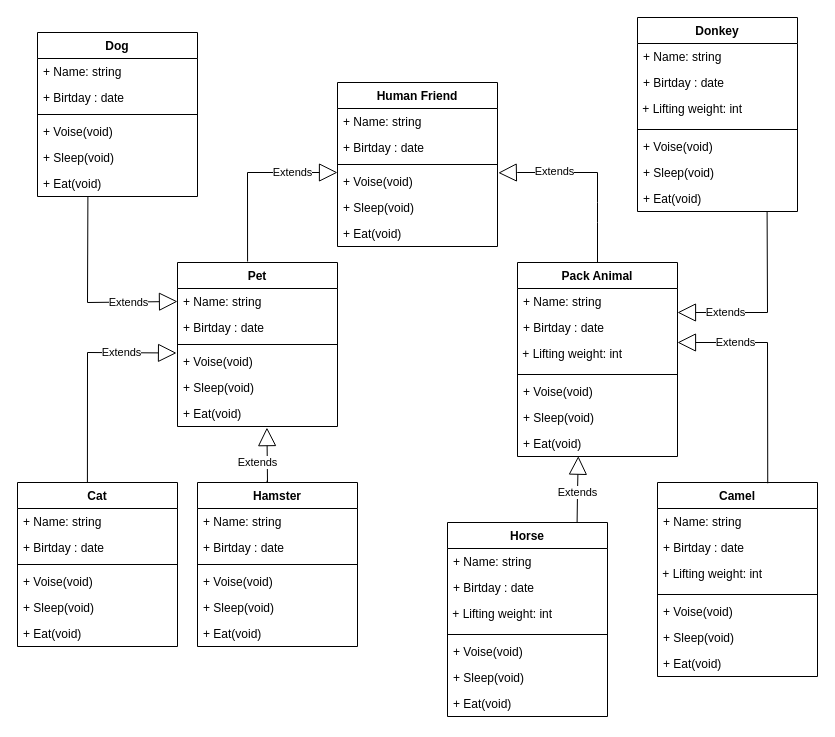
The draw.io diagram Task_6.drawio in ArtemEvgTitov/FinalControlWork, before the edit. Source tidied: cells renumbered, new cells numbered last; positions are measured from the earlier drawing's top-left corner, leaving out a move shared by most shapes. Both pictures are drawn from the tidied source at 100%, with x=0, y=0 at pixel (17, 17).
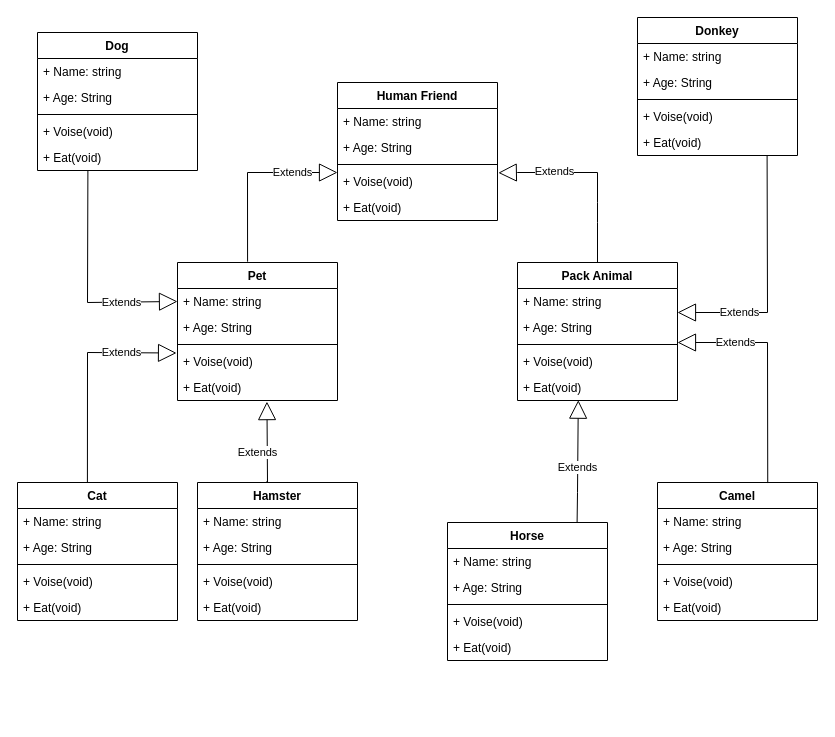
Above is the later version.

Commit message:
Скорректирована диаграмма

What changed in the source:
```diff
@@
     <mxCell id="2" value="Human Friend" style="swimlane;fontStyle=1;align=center;verticalAlign=top;horizontal=1;startSize=26;" parent="1" vertex="1">
-      <mxGeometry x="320" y="65" width="160" height="164" as="geometry" />
+      <mxGeometry x="320" y="65" width="160" height="138" as="geometry" />
     </mxCell>
@@
-    <mxCell id="4" value="+ Birtday : date" style="text;strokeColor=none;fillColor=none;align=left;verticalAlign=top;spacingLeft=4;spacingRight=4;overflow=hidden;" parent="2" vertex="1">
+    <mxCell id="4" value="+ Age: String" style="text;strokeColor=none;fillColor=none;align=left;verticalAlign=top;spacingLeft=4;spacingRight=4;overflow=hidden;" parent="2" vertex="1">
       <mxGeometry y="52" width="160" height="26" as="geometry" />
     </mxCell>
@@
-    <mxCell id="8" value="+ Sleep(void)" style="text;strokeColor=none;fillColor=none;align=left;verticalAlign=top;spacingLeft=4;spacingRight=4;overflow=hidden;" parent="2" vertex="1">
-      <mxGeometry y="112" width="160" height="26" as="geometry" />
-    </mxCell>
     <mxCell id="9" value="+ Eat(void)" style="text;strokeColor=none;fillColor=none;align=left;verticalAlign=top;spacingLeft=4;spacingRight=4;overflow=hidden;" parent="2" vertex="1">
-      <mxGeometry y="138" width="160" height="26" as="geometry" />
+      <mxGeometry y="112" width="160" height="26" as="geometry" />
     </mxCell>
     <mxCell id="10" value="Pet" style="swimlane;fontStyle=1;align=center;verticalAlign=top;horizontal=1;startSize=26;" parent="1" vertex="1">
-      <mxGeometry x="160" y="245" width="160" height="164" as="geometry" />
+      <mxGeometry x="160" y="245" width="160" height="138" as="geometry" />
     </mxCell>
@@
-    <mxCell id="12" value="+ Birtday : date" style="text;strokeColor=none;fillColor=none;align=left;verticalAlign=top;spacingLeft=4;spacingRight=4;overflow=hidden;" parent="10" vertex="1">
+    <mxCell id="12" value="+ Age: String" style="text;strokeColor=none;fillColor=none;align=left;verticalAlign=top;spacingLeft=4;spacingRight=4;overflow=hidden;" parent="10" vertex="1">
       <mxGeometry y="52" width="160" height="26" as="geometry" />
     </mxCell>
@@
-    <mxCell id="15" value="+ Sleep(void)" style="text;strokeColor=none;fillColor=none;align=left;verticalAlign=top;spacingLeft=4;spacingRight=4;overflow=hidden;" parent="10" vertex="1">
-      <mxGeometry y="112" width="160" height="26" as="geometry" />
-    </mxCell>
     <mxCell id="16" value="+ Eat(void)" style="text;strokeColor=none;fillColor=none;align=left;verticalAlign=top;spacingLeft=4;spacingRight=4;overflow=hidden;points=[[0,0.5],[1,0.5]];portConstraint=eastwest;" parent="10" vertex="1">
-      <mxGeometry y="138" width="160" height="26" as="geometry" />
+      <mxGeometry y="112" width="160" height="26" as="geometry" />
     </mxCell>
     <mxCell id="17" value="Pack Animal" style="swimlane;fontStyle=1;align=center;verticalAlign=top;horizontal=1;startSize=26;" parent="1" vertex="1">
-      <mxGeometry x="500" y="245" width="160" height="194" as="geometry" />
+      <mxGeometry x="500" y="245" width="160" height="138" as="geometry" />
     </mxCell>
@@
-    <mxCell id="19" value="+ Birtday : date" style="text;strokeColor=none;fillColor=none;align=left;verticalAlign=top;spacingLeft=4;spacingRight=4;overflow=hidden;" parent="17" vertex="1">
+    <mxCell id="19" value="+ Age: String" style="text;strokeColor=none;fillColor=none;align=left;verticalAlign=top;spacingLeft=4;spacingRight=4;overflow=hidden;" parent="17" vertex="1">
       <mxGeometry y="52" width="160" height="26" as="geometry" />
     </mxCell>
-    <mxCell id="20" value="&amp;nbsp;+ Lifting weight: int" style="text;whiteSpace=wrap;html=1;" parent="17" vertex="1">
-      <mxGeometry y="78" width="160" height="30" as="geometry" />
-    </mxCell>
     <mxCell id="21" style="line;strokeWidth=1;fillColor=none;align=left;verticalAlign=middle;spacingTop=-1;spacingLeft=3;spacingRight=3;labelPosition=right;" parent="17" vertex="1">
-      <mxGeometry y="108" width="160" height="8" as="geometry" />
+      <mxGeometry y="78" width="160" height="8" as="geometry" />
     </mxCell>
     <mxCell id="22" value="+ Voise(void)" style="text;strokeColor=none;fillColor=none;align=left;verticalAlign=top;spacingLeft=4;spacingRight=4;overflow=hidden;" parent="17" vertex="1">
-      <mxGeometry y="116" width="160" height="26" as="geometry" />
+      <mxGeometry y="86" width="160" height="26" as="geometry" />
     </mxCell>
-    <mxCell id="23" value="+ Sleep(void)" style="text;strokeColor=none;fillColor=none;align=left;verticalAlign=top;spacingLeft=4;spacingRight=4;overflow=hidden;" parent="17" vertex="1">
-      <mxGeometry y="142" width="160" height="26" as="geometry" />
-    </mxCell>
     <mxCell id="24" value="+ Eat(void)" style="text;strokeColor=none;fillColor=none;align=left;verticalAlign=top;spacingLeft=4;spacingRight=4;overflow=hidden;points=[[0,0.5],[1,0.5]];portConstraint=eastwest;" parent="17" vertex="1">
-      <mxGeometry y="168" width="160" height="26" as="geometry" />
+      <mxGeometry y="112" width="160" height="26" as="geometry" />
     </mxCell>
@@
     <mxCell id="26" value="Dog" style="swimlane;fontStyle=1;align=center;verticalAlign=top;horizontal=1;startSize=26;" parent="1" vertex="1">
-      <mxGeometry x="20" y="15" width="160" height="164" as="geometry" />
+      <mxGeometry x="20" y="15" width="160" height="138" as="geometry" />
     </mxCell>
@@
-    <mxCell id="28" value="+ Birtday : date" style="text;strokeColor=none;fillColor=none;align=left;verticalAlign=top;spacingLeft=4;spacingRight=4;overflow=hidden;" parent="26" vertex="1">
+    <mxCell id="28" value="+ Age: String" style="text;strokeColor=none;fillColor=none;align=left;verticalAlign=top;spacingLeft=4;spacingRight=4;overflow=hidden;" parent="26" vertex="1">
       <mxGeometry y="52" width="160" height="26" as="geometry" />
     </mxCell>
@@
-    <mxCell id="31" value="+ Sleep(void)" style="text;strokeColor=none;fillColor=none;align=left;verticalAlign=top;spacingLeft=4;spacingRight=4;overflow=hidden;" parent="26" vertex="1">
-      <mxGeometry y="112" width="160" height="26" as="geometry" />
-    </mxCell>
     <mxCell id="32" value="+ Eat(void)" style="text;strokeColor=none;fillColor=none;align=left;verticalAlign=top;spacingLeft=4;spacingRight=4;overflow=hidden;points=[[0,0.5],[1,0.5]];portConstraint=eastwest;" parent="26" vertex="1">
-      <mxGeometry y="138" width="160" height="26" as="geometry" />
+      <mxGeometry y="112" width="160" height="26" as="geometry" />
     </mxCell>
     <mxCell id="33" value="Cat" style="swimlane;fontStyle=1;align=center;verticalAlign=top;horizontal=1;startSize=26;" parent="1" vertex="1">
-      <mxGeometry y="465" width="160" height="164" as="geometry" />
+      <mxGeometry y="465" width="160" height="138" as="geometry" />
     </mxCell>
@@
-    <mxCell id="35" value="+ Birtday : date" style="text;strokeColor=none;fillColor=none;align=left;verticalAlign=top;spacingLeft=4;spacingRight=4;overflow=hidden;" parent="33" vertex="1">
+    <mxCell id="35" value="+ Age: String" style="text;strokeColor=none;fillColor=none;align=left;verticalAlign=top;spacingLeft=4;spacingRight=4;overflow=hidden;" parent="33" vertex="1">
       <mxGeometry y="52" width="160" height="26" as="geometry" />
     </mxCell>
@@
-    <mxCell id="38" value="+ Sleep(void)" style="text;strokeColor=none;fillColor=none;align=left;verticalAlign=top;spacingLeft=4;spacingRight=4;overflow=hidden;" parent="33" vertex="1">
-      <mxGeometry y="112" width="160" height="26" as="geometry" />
-    </mxCell>
     <mxCell id="39" value="+ Eat(void)" style="text;strokeColor=none;fillColor=none;align=left;verticalAlign=top;spacingLeft=4;spacingRight=4;overflow=hidden;" parent="33" vertex="1">
-      <mxGeometry y="138" width="160" height="26" as="geometry" />
+      <mxGeometry y="112" width="160" height="26" as="geometry" />
     </mxCell>
     <mxCell id="40" value="Hamster" style="swimlane;fontStyle=1;align=center;verticalAlign=top;horizontal=1;startSize=26;" parent="1" vertex="1">
-      <mxGeometry x="180" y="465" width="160" height="164" as="geometry" />
+      <mxGeometry x="180" y="465" width="160" height="138" as="geometry" />
     </mxCell>
@@
-    <mxCell id="42" value="+ Birtday : date" style="text;strokeColor=none;fillColor=none;align=left;verticalAlign=top;spacingLeft=4;spacingRight=4;overflow=hidden;" parent="40" vertex="1">
+    <mxCell id="42" value="+ Age: String" style="text;strokeColor=none;fillColor=none;align=left;verticalAlign=top;spacingLeft=4;spacingRight=4;overflow=hidden;" parent="40" vertex="1">
       <mxGeometry y="52" width="160" height="26" as="geometry" />
     </mxCell>
@@
-    <mxCell id="45" value="+ Sleep(void)" style="text;strokeColor=none;fillColor=none;align=left;verticalAlign=top;spacingLeft=4;spacingRight=4;overflow=hidden;" parent="40" vertex="1">
-      <mxGeometry y="112" width="160" height="26" as="geometry" />
-    </mxCell>
     <mxCell id="46" value="+ Eat(void)" style="text;strokeColor=none;fillColor=none;align=left;verticalAlign=top;spacingLeft=4;spacingRight=4;overflow=hidden;" parent="40" vertex="1">
-      <mxGeometry y="138" width="160" height="26" as="geometry" />
+      <mxGeometry y="112" width="160" height="26" as="geometry" />
     </mxCell>
     <mxCell id="47" value="Camel" style="swimlane;fontStyle=1;align=center;verticalAlign=top;horizontal=1;startSize=26;" parent="1" vertex="1">
-      <mxGeometry x="640" y="465" width="160" height="194" as="geometry" />
+      <mxGeometry x="640" y="465" width="160" height="138" as="geometry" />
     </mxCell>
@@
-    <mxCell id="49" value="+ Birtday : date" style="text;strokeColor=none;fillColor=none;align=left;verticalAlign=top;spacingLeft=4;spacingRight=4;overflow=hidden;" parent="47" vertex="1">
+    <mxCell id="49" value="+ Age: String" style="text;strokeColor=none;fillColor=none;align=left;verticalAlign=top;spacingLeft=4;spacingRight=4;overflow=hidden;" parent="47" vertex="1">
       <mxGeometry y="52" width="160" height="26" as="geometry" />
     </mxCell>
-    <mxCell id="50" value="&amp;nbsp;+ Lifting weight: int" style="text;whiteSpace=wrap;html=1;" parent="47" vertex="1">
-      <mxGeometry y="78" width="160" height="30" as="geometry" />
-    </mxCell>
     <mxCell id="51" style="line;strokeWidth=1;fillColor=none;align=left;verticalAlign=middle;spacingTop=-1;spacingLeft=3;spacingRight=3;labelPosition=right;" parent="47" vertex="1">
-      <mxGeometry y="108" width="160" height="8" as="geometry" />
+      <mxGeometry y="78" width="160" height="8" as="geometry" />
     </mxCell>
     <mxCell id="52" value="+ Voise(void)" style="text;strokeColor=none;fillColor=none;align=left;verticalAlign=top;spacingLeft=4;spacingRight=4;overflow=hidden;" parent="47" vertex="1">
-      <mxGeometry y="116" width="160" height="26" as="geometry" />
+      <mxGeometry y="86" width="160" height="26" as="geometry" />
     </mxCell>
-    <mxCell id="53" value="+ Sleep(void)" style="text;strokeColor=none;fillColor=none;align=left;verticalAlign=top;spacingLeft=4;spacingRight=4;overflow=hidden;" parent="47" vertex="1">
-      <mxGeometry y="142" width="160" height="26" as="geometry" />
-    </mxCell>
     <mxCell id="54" value="+ Eat(void)" style="text;strokeColor=none;fillColor=none;align=left;verticalAlign=top;spacingLeft=4;spacingRight=4;overflow=hidden;" parent="47" vertex="1">
-      <mxGeometry y="168" width="160" height="26" as="geometry" />
+      <mxGeometry y="112" width="160" height="26" as="geometry" />
     </mxCell>
     <mxCell id="55" value="Horse" style="swimlane;fontStyle=1;align=center;verticalAlign=top;horizontal=1;startSize=26;" parent="1" vertex="1">
-      <mxGeometry x="430" y="505" width="160" height="194" as="geometry" />
+      <mxGeometry x="430" y="505" width="160" height="138" as="geometry" />
     </mxCell>
@@
-    <mxCell id="57" value="+ Birtday : date" style="text;strokeColor=none;fillColor=none;align=left;verticalAlign=top;spacingLeft=4;spacingRight=4;overflow=hidden;" parent="55" vertex="1">
+    <mxCell id="57" value="+ Age: String" style="text;strokeColor=none;fillColor=none;align=left;verticalAlign=top;spacingLeft=4;spacingRight=4;overflow=hidden;" parent="55" vertex="1">
       <mxGeometry y="52" width="160" height="26" as="geometry" />
     </mxCell>
-    <mxCell id="58" value="&amp;nbsp;+ Lifting weight: int" style="text;whiteSpace=wrap;html=1;" parent="55" vertex="1">
-      <mxGeometry y="78" width="160" height="30" as="geometry" />
-    </mxCell>
     <mxCell id="59" style="line;strokeWidth=1;fillColor=none;align=left;verticalAlign=middle;spacingTop=-1;spacingLeft=3;spacingRight=3;labelPosition=right;" parent="55" vertex="1">
-      <mxGeometry y="108" width="160" height="8" as="geometry" />
+      <mxGeometry y="78" width="160" height="8" as="geometry" />
     </mxCell>
     <mxCell id="60" value="+ Voise(void)" style="text;strokeColor=none;fillColor=none;align=left;verticalAlign=top;spacingLeft=4;spacingRight=4;overflow=hidden;" parent="55" vertex="1">
-      <mxGeometry y="116" width="160" height="26" as="geometry" />
+      <mxGeometry y="86" width="160" height="26" as="geometry" />
     </mxCell>
-    <mxCell id="61" value="+ Sleep(void)" style="text;strokeColor=none;fillColor=none;align=left;verticalAlign=top;spacingLeft=4;spacingRight=4;overflow=hidden;" parent="55" vertex="1">
-      <mxGeometry y="142" width="160" height="26" as="geometry" />
-    </mxCell>
     <mxCell id="62" value="+ Eat(void)" style="text;strokeColor=none;fillColor=none;align=left;verticalAlign=top;spacingLeft=4;spacingRight=4;overflow=hidden;" parent="55" vertex="1">
-      <mxGeometry y="168" width="160" height="26" as="geometry" />
+      <mxGeometry y="112" width="160" height="26" as="geometry" />
     </mxCell>
     <mxCell id="63" value="Donkey" style="swimlane;fontStyle=1;align=center;verticalAlign=top;horizontal=1;startSize=26;" parent="1" vertex="1">
-      <mxGeometry x="620" width="160" height="194" as="geometry" />
+      <mxGeometry x="620" width="160" height="138" as="geometry" />
     </mxCell>
@@
-    <mxCell id="65" value="+ Birtday : date" style="text;strokeColor=none;fillColor=none;align=left;verticalAlign=top;spacingLeft=4;spacingRight=4;overflow=hidden;" parent="63" vertex="1">
+    <mxCell id="65" value="+ Age: String" style="text;strokeColor=none;fillColor=none;align=left;verticalAlign=top;spacingLeft=4;spacingRight=4;overflow=hidden;" parent="63" vertex="1">
       <mxGeometry y="52" width="160" height="26" as="geometry" />
     </mxCell>
-    <mxCell id="66" value="&amp;nbsp;+ Lifting weight: int" style="text;whiteSpace=wrap;html=1;" parent="63" vertex="1">
-      <mxGeometry y="78" width="160" height="30" as="geometry" />
-    </mxCell>
     <mxCell id="67" style="line;strokeWidth=1;fillColor=none;align=left;verticalAlign=middle;spacingTop=-1;spacingLeft=3;spacingRight=3;labelPosition=right;" parent="63" vertex="1">
-      <mxGeometry y="108" width="160" height="8" as="geometry" />
+      <mxGeometry y="78" width="160" height="8" as="geometry" />
     </mxCell>
     <mxCell id="68" value="+ Voise(void)" style="text;strokeColor=none;fillColor=none;align=left;verticalAlign=top;spacingLeft=4;spacingRight=4;overflow=hidden;" parent="63" vertex="1">
-      <mxGeometry y="116" width="160" height="26" as="geometry" />
+      <mxGeometry y="86" width="160" height="26" as="geometry" />
     </mxCell>
-    <mxCell id="69" value="+ Sleep(void)" style="text;strokeColor=none;fillColor=none;align=left;verticalAlign=top;spacingLeft=4;spacingRight=4;overflow=hidden;" parent="63" vertex="1">
-      <mxGeometry y="142" width="160" height="26" as="geometry" />
-    </mxCell>
     <mxCell id="70" value="+ Eat(void)" style="text;strokeColor=none;fillColor=none;align=left;verticalAlign=top;spacingLeft=4;spacingRight=4;overflow=hidden;points=[[0,0.5],[1,0.5]];portConstraint=eastwest;" parent="63" vertex="1">
-      <mxGeometry y="168" width="160" height="26" as="geometry" />
+      <mxGeometry y="112" width="160" height="26" as="geometry" />
     </mxCell>
```
